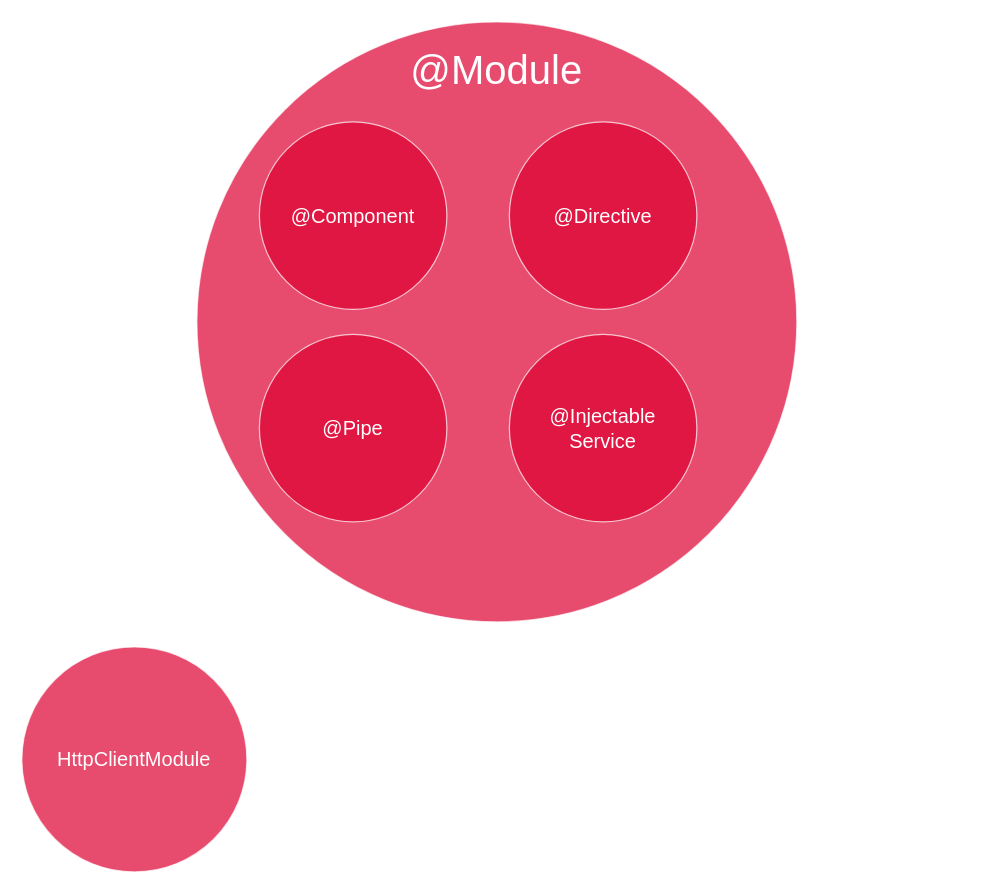
Before: page "Scratchpad" (1 of 5) of TypeScript.drawio in gjungb/Zeichnungen, a draw.io diagram. Source tidied: cells renumbered, new cells numbered last; positions are measured from the earlier drawing's top-left corner, leaving out a move shared by most shapes. Both pictures are drawn from the tidied source at 125%, with x=0, y=0 at pixel (21, 21).
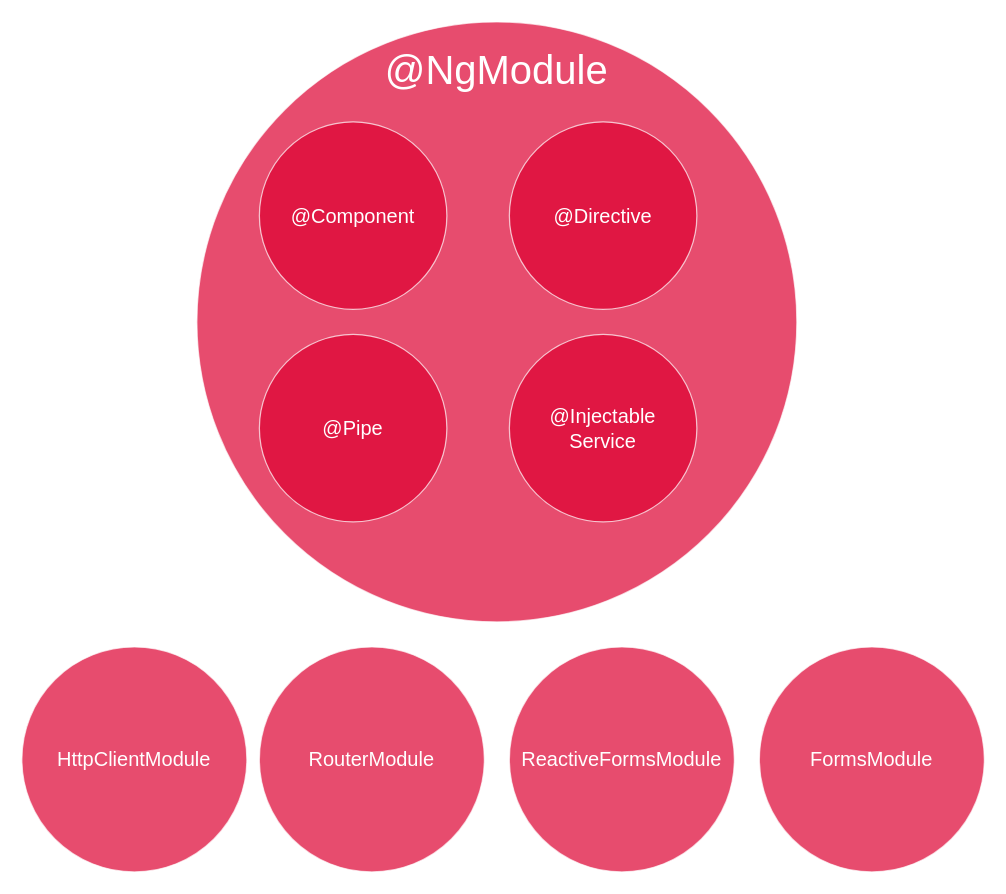
The same diagram, later.

Diff of the diagram source:
```diff
@@
 <mxGraphModel>
   <root>
     <mxCell id="0" />
     <mxCell id="1" parent="0" />
-    <mxCell id="2" value="@Module" style="ellipse;whiteSpace=wrap;html=1;fillColor=#DD0031;fontSize=32;fontColor=#FFFFFF;align=center;fontFamily=Fira Code;spacingRight=0;verticalAlign=top;spacing=15;strokeColor=#FFFFFF;opacity=70;" parent="1" vertex="1">
+    <mxCell id="2" value="@NgModule" style="ellipse;whiteSpace=wrap;html=1;fillColor=#DD0031;fontSize=32;fontColor=#FFFFFF;align=center;fontFamily=Fira Code;spacingRight=0;verticalAlign=top;spacing=15;strokeColor=#FFFFFF;opacity=70;" parent="1" vertex="1">
       <mxGeometry x="140" width="480" height="480" as="geometry" />
     </mxCell>
     <mxCell id="3" value="@Component" style="ellipse;whiteSpace=wrap;html=1;fillColor=#DD0031;fontSize=16;fontColor=#FFFFFF;align=center;fontFamily=Fira Code;spacingRight=0;verticalAlign=middle;spacing=15;strokeColor=#FFFFFF;opacity=70;" parent="1" vertex="1">
       <mxGeometry x="190" y="80" width="150" height="150" as="geometry" />
     </mxCell>
     <mxCell id="4" value="@Directive" style="ellipse;whiteSpace=wrap;html=1;fillColor=#DD0031;fontSize=16;fontColor=#FFFFFF;align=center;fontFamily=Fira Code;spacingRight=0;verticalAlign=middle;spacing=15;strokeColor=#FFFFFF;opacity=70;" parent="1" vertex="1">
       <mxGeometry x="390" y="80" width="150" height="150" as="geometry" />
     </mxCell>
     <mxCell id="5" value="@Pipe" style="ellipse;whiteSpace=wrap;html=1;fillColor=#DD0031;fontSize=16;fontColor=#FFFFFF;align=center;fontFamily=Fira Code;spacingRight=0;verticalAlign=middle;spacing=15;strokeColor=#FFFFFF;opacity=70;" parent="1" vertex="1">
       <mxGeometry x="190" y="250" width="150" height="150" as="geometry" />
     </mxCell>
     <mxCell id="6" value="@Injectable&lt;br&gt;Service" style="ellipse;whiteSpace=wrap;html=1;fillColor=#DD0031;fontSize=16;fontColor=#FFFFFF;align=center;fontFamily=Fira Code;spacingRight=0;verticalAlign=middle;spacing=15;strokeColor=#FFFFFF;opacity=70;" parent="1" vertex="1">
       <mxGeometry x="390" y="250" width="150" height="150" as="geometry" />
     </mxCell>
     <mxCell id="7" value="HttpClientModule" style="ellipse;whiteSpace=wrap;html=1;fillColor=#DD0031;fontSize=16;fontColor=#FFFFFF;align=center;fontFamily=Fira Code;spacingRight=0;verticalAlign=middle;spacing=15;strokeColor=#FFFFFF;opacity=70;" parent="1" vertex="1">
       <mxGeometry y="500" width="180" height="180" as="geometry" />
     </mxCell>
+    <mxCell id="8" value="FormsModule" style="ellipse;whiteSpace=wrap;html=1;fillColor=#DD0031;fontSize=16;fontColor=#FFFFFF;align=center;fontFamily=Fira Code;spacingRight=0;verticalAlign=middle;spacing=15;strokeColor=#FFFFFF;opacity=70;" parent="1" vertex="1">
+      <mxGeometry x="590" y="500" width="180" height="180" as="geometry" />
+    </mxCell>
+    <mxCell id="9" value="ReactiveFormsModule" style="ellipse;whiteSpace=wrap;html=1;fillColor=#DD0031;fontSize=16;fontColor=#FFFFFF;align=center;fontFamily=Fira Code;spacingRight=0;verticalAlign=middle;spacing=15;strokeColor=#FFFFFF;opacity=70;" parent="1" vertex="1">
+      <mxGeometry x="390" y="500" width="180" height="180" as="geometry" />
+    </mxCell>
+    <mxCell id="10" value="RouterModule" style="ellipse;whiteSpace=wrap;html=1;fillColor=#DD0031;fontSize=16;fontColor=#FFFFFF;align=center;fontFamily=Fira Code;spacingRight=0;verticalAlign=middle;spacing=15;strokeColor=#FFFFFF;opacity=70;" parent="1" vertex="1">
+      <mxGeometry x="190" y="500" width="180" height="180" as="geometry" />
+    </mxCell>
   </root>
 </mxGraphModel>
```
